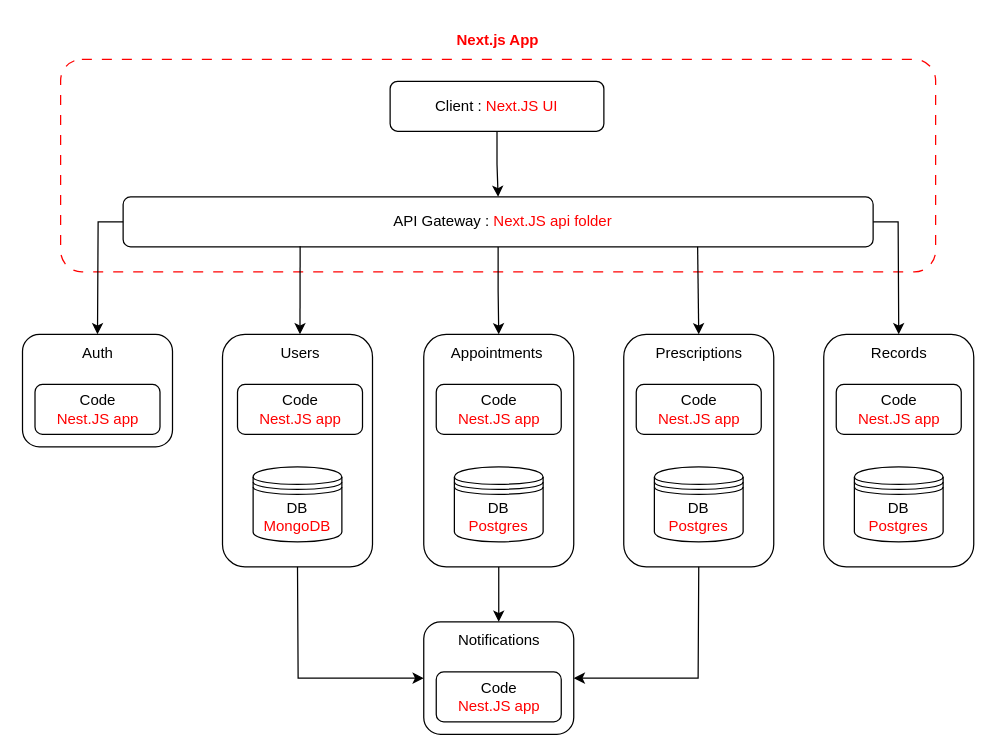
Above: doc/diagrams/architecture.drawio in e-idrissa/sa-ass (draw.io), before the change. Source tidied: cells renumbered, new cells numbered last; positions are measured from the earlier drawing's top-left corner, leaving out a move shared by most shapes. Both pictures are drawn from the tidied source at 125%, with x=0, y=0 at pixel (22, 21).
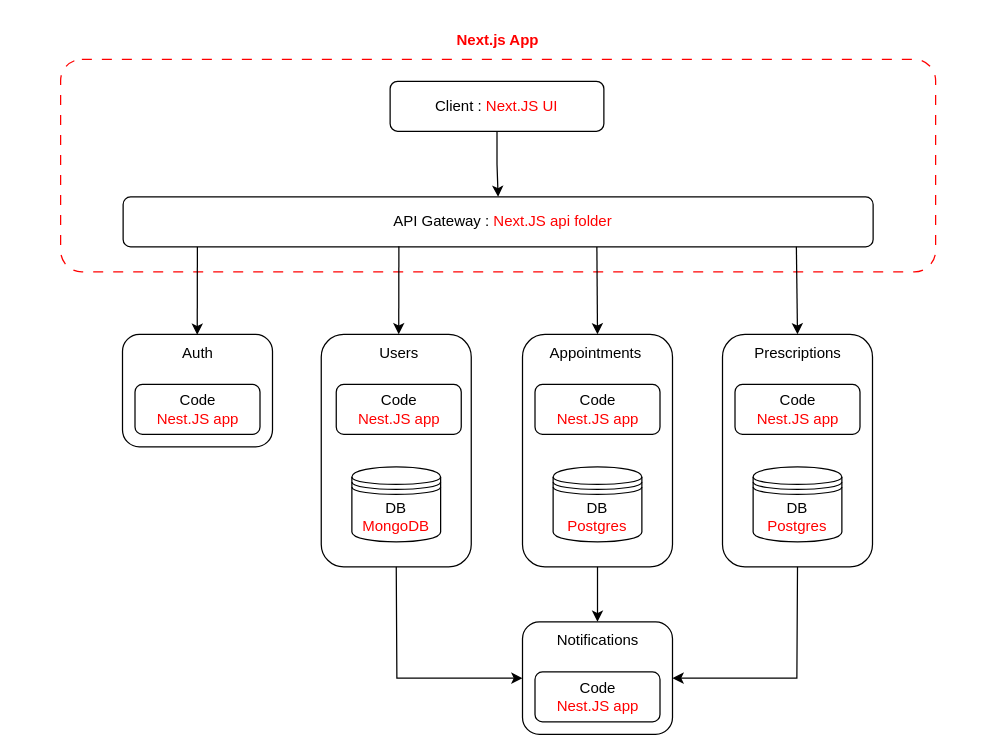
Above is the later version.

The change refers to these unchanged cells:
```xml
<mxCell id="2" style="group;" parent="1" vertex="1">
  <mxGeometry x="-0.5" width="761" height="570" as="geometry" />
</mxCell>
<mxCell id="6" style="rounded=1;whiteSpace=wrap;html=1;" parent="2" vertex="1">
  <mxGeometry x="80.5" y="140" width="600" height="40" as="geometry" />
</mxCell>
```

What changed in the source:
```diff
@@
     <mxCell id="3" style="rounded=1;whiteSpace=wrap;html=1;" parent="2" vertex="1">
-      <mxGeometry x="160" y="250" width="120" height="186" as="geometry" />
+      <mxGeometry x="239" y="250" width="120" height="186" as="geometry" />
     </mxCell>
@@
-    <mxCell id="5" style="edgeStyle=orthogonalEdgeStyle;rounded=0;jettySize=auto;html=1;exitX=0.5;exitY=1;exitDx=0;exitDy=0;entryX=0.5;entryY=0;entryDx=0;entryDy=0;" parent="2" edge="1" source="6" target="22">
-      <mxGeometry relative="1" as="geometry" />
+    <mxCell id="5" style="edgeStyle=orthogonalEdgeStyle;rounded=0;jettySize=auto;html=1;exitX=0.5;exitY=1;exitDx=0;exitDy=0;entryX=0.5;entryY=0;entryDx=0;entryDy=0;" parent="2" edge="1" target="22">
+      <mxGeometry relative="1" as="geometry">
+        <mxPoint x="459.5" y="180" as="sourcePoint" />
+      </mxGeometry>
     </mxCell>
@@
     <mxCell id="12" value="&lt;font style=&quot;color: rgb(0, 0, 0);&quot; face=&quot;Fira Code&quot;&gt;Code&lt;/font&gt;&lt;div&gt;&lt;font style=&quot;color: rgb(255, 0, 0);&quot; face=&quot;Fira Code&quot;&gt;Nest.JS app&lt;/font&gt;&lt;/div&gt;" style="rounded=1;whiteSpace=wrap;html=1;" parent="2" vertex="1">
-      <mxGeometry x="172" y="290" width="100" height="40" as="geometry" />
+      <mxGeometry x="251" y="290" width="100" height="40" as="geometry" />
     </mxCell>
     <mxCell id="13" value="&lt;font face=&quot;Fira Code&quot;&gt;DB&lt;/font&gt;&lt;div&gt;&lt;font style=&quot;color: rgb(255, 0, 0);&quot; face=&quot;Fira Code&quot;&gt;MongoDB&lt;/font&gt;&lt;/div&gt;" style="shape=datastore;whiteSpace=wrap;html=1;" parent="2" vertex="1">
-      <mxGeometry x="184.5" y="356" width="71" height="60" as="geometry" />
+      <mxGeometry x="263.5" y="356" width="71" height="60" as="geometry" />
     </mxCell>
     <mxCell id="14" value="&lt;font face=&quot;Fira Code&quot;&gt;Users&lt;/font&gt;" style="text;html=1;align=center;verticalAlign=middle;whiteSpace=wrap;rounded=0;" parent="2" vertex="1">
-      <mxGeometry x="162" y="250" width="120" height="30" as="geometry" />
+      <mxGeometry x="241" y="250" width="120" height="30" as="geometry" />
     </mxCell>
-    <mxCell id="15" style="rounded=1;whiteSpace=wrap;html=1;" parent="2" vertex="1">
-      <mxGeometry x="641" y="250" width="120" height="186" as="geometry" />
-    </mxCell>
-    <mxCell id="16" value="&lt;font style=&quot;color: rgb(0, 0, 0);&quot; face=&quot;Fira Code&quot;&gt;Code&lt;/font&gt;&lt;div&gt;&lt;font style=&quot;color: rgb(255, 0, 0);&quot; face=&quot;Fira Code&quot;&gt;Nest.JS app&lt;/font&gt;&lt;/div&gt;" style="rounded=1;whiteSpace=wrap;html=1;" parent="2" vertex="1">
-      <mxGeometry x="651" y="290" width="100" height="40" as="geometry" />
-    </mxCell>
-    <mxCell id="17" value="&lt;font face=&quot;Fira Code&quot;&gt;DB&lt;/font&gt;&lt;div&gt;&lt;font style=&quot;color: rgb(255, 0, 0);&quot; face=&quot;Fira Code&quot;&gt;Postgres&lt;/font&gt;&lt;/div&gt;" style="shape=datastore;whiteSpace=wrap;html=1;" parent="2" vertex="1">
-      <mxGeometry x="665.5" y="356" width="71" height="60" as="geometry" />
-    </mxCell>
-    <mxCell id="18" value="&lt;font face=&quot;Fira Code&quot;&gt;Records&lt;/font&gt;" style="text;html=1;align=center;verticalAlign=middle;whiteSpace=wrap;rounded=0;" parent="2" vertex="1">
-      <mxGeometry x="641" y="250" width="120" height="30" as="geometry" />
-    </mxCell>
     <mxCell id="19" style="rounded=1;whiteSpace=wrap;html=1;" parent="2" vertex="1">
-      <mxGeometry x="321" y="250" width="120" height="186" as="geometry" />
+      <mxGeometry x="400" y="250" width="120" height="186" as="geometry" />
     </mxCell>
     <mxCell id="20" value="&lt;font style=&quot;color: rgb(0, 0, 0);&quot; face=&quot;Fira Code&quot;&gt;Code&lt;/font&gt;&lt;div&gt;&lt;font style=&quot;color: rgb(255, 0, 0);&quot; face=&quot;Fira Code&quot;&gt;Nest.JS app&lt;/font&gt;&lt;/div&gt;" style="rounded=1;whiteSpace=wrap;html=1;" parent="2" vertex="1">
-      <mxGeometry x="331" y="290" width="100" height="40" as="geometry" />
+      <mxGeometry x="410" y="290" width="100" height="40" as="geometry" />
     </mxCell>
     <mxCell id="21" value="&lt;font face=&quot;Fira Code&quot;&gt;DB&lt;/font&gt;&lt;div&gt;&lt;font style=&quot;color: rgb(255, 0, 0);&quot; face=&quot;Fira Code&quot;&gt;Postgres&lt;/font&gt;&lt;/div&gt;" style="shape=datastore;whiteSpace=wrap;html=1;" parent="2" vertex="1">
-      <mxGeometry x="345.5" y="356" width="71" height="60" as="geometry" />
+      <mxGeometry x="424.5" y="356" width="71" height="60" as="geometry" />
     </mxCell>
     <mxCell id="22" value="&lt;font face=&quot;Fira Code&quot;&gt;Appointments&amp;nbsp;&lt;/font&gt;" style="text;html=1;align=center;verticalAlign=middle;whiteSpace=wrap;rounded=0;" parent="2" vertex="1">
-      <mxGeometry x="321" y="250" width="120" height="30" as="geometry" />
+      <mxGeometry x="400" y="250" width="120" height="30" as="geometry" />
     </mxCell>
     <mxCell id="23" style="rounded=1;whiteSpace=wrap;html=1;" parent="2" vertex="1">
-      <mxGeometry x="481" y="250" width="120" height="186" as="geometry" />
+      <mxGeometry x="560" y="250" width="120" height="186" as="geometry" />
     </mxCell>
     <mxCell id="24" value="&lt;font style=&quot;color: rgb(0, 0, 0);&quot; face=&quot;Fira Code&quot;&gt;Code&lt;/font&gt;&lt;div&gt;&lt;font style=&quot;color: rgb(255, 0, 0);&quot; face=&quot;Fira Code&quot;&gt;Nest.JS app&lt;/font&gt;&lt;/div&gt;" style="rounded=1;whiteSpace=wrap;html=1;" parent="2" vertex="1">
-      <mxGeometry x="491" y="290" width="100" height="40" as="geometry" />
+      <mxGeometry x="570" y="290" width="100" height="40" as="geometry" />
     </mxCell>
     <mxCell id="25" value="&lt;font face=&quot;Fira Code&quot;&gt;DB&lt;/font&gt;&lt;div&gt;&lt;font style=&quot;color: rgb(255, 0, 0);&quot; face=&quot;Fira Code&quot;&gt;Postgres&lt;/font&gt;&lt;/div&gt;" style="shape=datastore;whiteSpace=wrap;html=1;" parent="2" vertex="1">
-      <mxGeometry x="505.5" y="356" width="71" height="60" as="geometry" />
+      <mxGeometry x="584.5" y="356" width="71" height="60" as="geometry" />
     </mxCell>
     <mxCell id="26" value="&lt;font face=&quot;Fira Code&quot;&gt;Prescriptions&lt;/font&gt;" style="text;html=1;align=center;verticalAlign=middle;whiteSpace=wrap;rounded=0;" parent="2" vertex="1">
-      <mxGeometry x="481" y="250" width="120" height="30" as="geometry" />
+      <mxGeometry x="560" y="250" width="120" height="30" as="geometry" />
     </mxCell>
     <mxCell id="27" style="rounded=1;whiteSpace=wrap;html=1;" parent="2" vertex="1">
-      <mxGeometry x="321" y="480" width="120" height="90" as="geometry" />
+      <mxGeometry x="400" y="480" width="120" height="90" as="geometry" />
     </mxCell>
     <mxCell id="28" value="&lt;font style=&quot;color: rgb(0, 0, 0);&quot; face=&quot;Fira Code&quot;&gt;Code&lt;/font&gt;&lt;div&gt;&lt;font style=&quot;color: rgb(255, 0, 0);&quot; face=&quot;Fira Code&quot;&gt;Nest.JS app&lt;/font&gt;&lt;/div&gt;" style="rounded=1;whiteSpace=wrap;html=1;" parent="2" vertex="1">
-      <mxGeometry x="331" y="520" width="100" height="40" as="geometry" />
+      <mxGeometry x="410" y="520" width="100" height="40" as="geometry" />
     </mxCell>
     <mxCell id="29" value="&lt;font face=&quot;Fira Code&quot;&gt;Notifications&lt;/font&gt;" style="text;html=1;align=center;verticalAlign=middle;whiteSpace=wrap;rounded=0;" parent="2" vertex="1">
-      <mxGeometry x="321" y="480" width="120" height="30" as="geometry" />
+      <mxGeometry x="400" y="480" width="120" height="30" as="geometry" />
     </mxCell>
     <mxCell id="30" style="rounded=1;whiteSpace=wrap;html=1;" parent="2" vertex="1">
-      <mxGeometry y="250" width="120" height="90" as="geometry" />
+      <mxGeometry x="80" y="250" width="120" height="90" as="geometry" />
     </mxCell>
     <mxCell id="31" value="&lt;font style=&quot;color: rgb(0, 0, 0);&quot; face=&quot;Fira Code&quot;&gt;Code&lt;/font&gt;&lt;div&gt;&lt;font style=&quot;color: rgb(255, 0, 0);&quot; face=&quot;Fira Code&quot;&gt;Nest.JS app&lt;/font&gt;&lt;/div&gt;" style="rounded=1;whiteSpace=wrap;html=1;" parent="2" vertex="1">
-      <mxGeometry x="10" y="290" width="100" height="40" as="geometry" />
+      <mxGeometry x="90" y="290" width="100" height="40" as="geometry" />
     </mxCell>
     <mxCell id="32" value="&lt;font face=&quot;Fira Code&quot;&gt;Auth&lt;/font&gt;" style="text;html=1;align=center;verticalAlign=middle;whiteSpace=wrap;rounded=0;" parent="2" vertex="1">
-      <mxGeometry y="250" width="120" height="30" as="geometry" />
+      <mxGeometry x="80" y="250" width="120" height="30" as="geometry" />
     </mxCell>
@@
-    <mxCell id="35" style="endArrow=classic;html=1;rounded=0;entryX=0.5;entryY=0;entryDx=0;entryDy=0;exitX=0;exitY=0.5;exitDx=0;exitDy=0;" parent="2" edge="1" source="6" target="32">
-      <mxGeometry relative="1" as="geometry">
-        <Array as="points">
-          <mxPoint x="60.5" y="160" />
-        </Array>
-      </mxGeometry>
-    </mxCell>
-    <mxCell id="36" style="endArrow=classic;html=1;rounded=0;entryX=0.5;entryY=0;entryDx=0;entryDy=0;exitX=0.236;exitY=0.989;exitDx=0;exitDy=0;exitPerimeter=0;" parent="2" edge="1" source="6" target="14">
-      <mxGeometry relative="1" as="geometry" />
+    <mxCell id="36" style="endArrow=classic;html=1;rounded=0;entryX=0.5;entryY=0;entryDx=0;entryDy=0;exitX=0.236;exitY=0.989;exitDx=0;exitDy=0;exitPerimeter=0;" parent="2" edge="1" target="14">
+      <mxGeometry relative="1" as="geometry">
+        <mxPoint x="301.1" y="179.6" as="sourcePoint" />
+      </mxGeometry>
     </mxCell>
-    <mxCell id="37" style="endArrow=classic;html=1;rounded=0;entryX=0.5;entryY=0;entryDx=0;entryDy=0;exitX=1;exitY=0.5;exitDx=0;exitDy=0;" parent="2" edge="1" source="6" target="18">
-      <mxGeometry relative="1" as="geometry">
-        <Array as="points">
-          <mxPoint x="700.5" y="160" />
-        </Array>
-      </mxGeometry>
-    </mxCell>
-    <mxCell id="38" style="endArrow=classic;html=1;rounded=0;entryX=0.5;entryY=0;entryDx=0;entryDy=0;exitX=0.766;exitY=0.998;exitDx=0;exitDy=0;exitPerimeter=0;" parent="2" edge="1" source="6" target="26">
-      <mxGeometry relative="1" as="geometry" />
+    <mxCell id="38" style="endArrow=classic;html=1;rounded=0;entryX=0.5;entryY=0;entryDx=0;entryDy=0;exitX=0.766;exitY=0.998;exitDx=0;exitDy=0;exitPerimeter=0;" parent="2" edge="1" target="26">
+      <mxGeometry relative="1" as="geometry">
+        <mxPoint x="619.1" y="179.9" as="sourcePoint" />
+      </mxGeometry>
     </mxCell>
     <mxCell id="39" style="endArrow=classic;html=1;rounded=0;entryX=0;entryY=0.5;entryDx=0;entryDy=0;exitX=0.5;exitY=1;exitDx=0;exitDy=0;" parent="2" edge="1" source="3" target="27">
       <mxGeometry relative="1" as="geometry">
         <Array as="points">
-          <mxPoint x="220.5" y="525" />
+          <mxPoint x="299.5" y="525" />
         </Array>
       </mxGeometry>
     </mxCell>
     <mxCell id="40" style="endArrow=classic;html=1;rounded=0;entryX=1;entryY=0.5;entryDx=0;entryDy=0;exitX=0.5;exitY=1;exitDx=0;exitDy=0;" parent="2" edge="1" source="23" target="27">
       <mxGeometry relative="1" as="geometry">
         <Array as="points">
-          <mxPoint x="540.5" y="525" />
+          <mxPoint x="619.5" y="525" />
         </Array>
       </mxGeometry>
     </mxCell>
@@
+    <mxCell id="42" style="endArrow=classic;html=1;rounded=0;entryX=0.5;entryY=0;entryDx=0;entryDy=0;exitX=0.236;exitY=0.989;exitDx=0;exitDy=0;exitPerimeter=0;" parent="2" edge="1">
+      <mxGeometry relative="1" as="geometry">
+        <mxPoint x="139.9" y="180" as="sourcePoint" />
+        <mxPoint x="139.8" y="250.4" as="targetPoint" />
+      </mxGeometry>
+    </mxCell>
```
